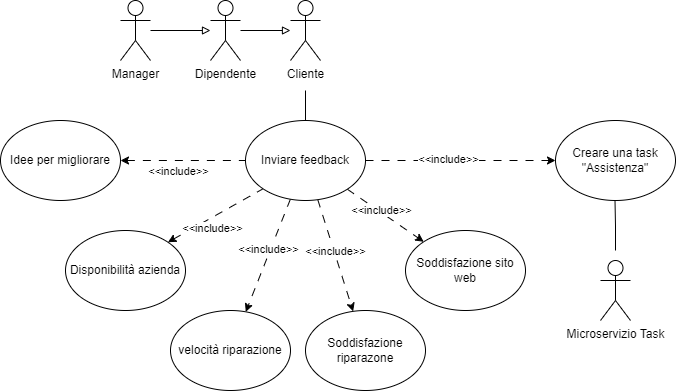
Above: second-deliverable/images/UCD/RF8_feedback_UCD.png in IS-FixMi/Documentation-Source (draw.io), before the change. Source tidied: cells renumbered, new cells last; positions are measured from the earlier drawing's top-left corner, leaving out a move shared by most shapes.
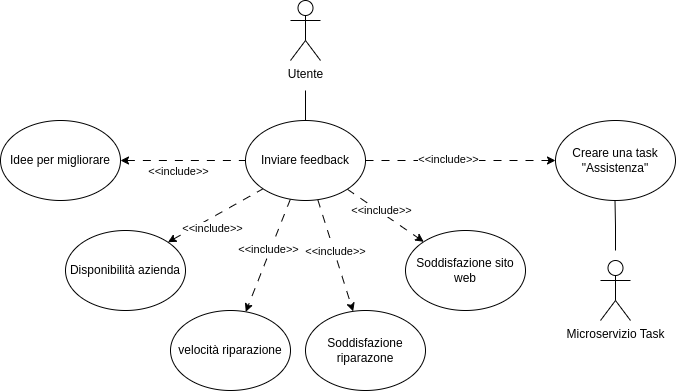
Later version of the same file.

The edit, as a diff of the source:
```diff
@@ -7,21 +7,9 @@
         <mxPoint x="305" y="90" as="sourcePoint" />
       </mxGeometry>
     </mxCell>
-    <mxCell id="3" value="Cliente" style="shape=umlActor;verticalLabelPosition=bottom;verticalAlign=top;html=1;outlineConnect=0;" parent="1" vertex="1">
+    <mxCell id="3" value="Utente" style="shape=umlActor;verticalLabelPosition=bottom;verticalAlign=top;html=1;outlineConnect=0;" parent="1" vertex="1">
       <mxGeometry x="290" width="30" height="60" as="geometry" />
     </mxCell>
-    <mxCell id="4" style="edgeStyle=orthogonalEdgeStyle;rounded=0;jettySize=auto;html=1;endArrow=block;endFill=0;" parent="1" edge="1" source="5" target="3">
-      <mxGeometry relative="1" as="geometry" />
-    </mxCell>
-    <mxCell id="5" value="Dipendente" style="shape=umlActor;verticalLabelPosition=bottom;verticalAlign=top;html=1;outlineConnect=0;" parent="1" vertex="1">
-      <mxGeometry x="210" width="30" height="60" as="geometry" />
-    </mxCell>
-    <mxCell id="6" style="edgeStyle=orthogonalEdgeStyle;rounded=0;jettySize=auto;html=1;endArrow=block;endFill=0;" parent="1" edge="1" source="7" target="5">
-      <mxGeometry relative="1" as="geometry" />
-    </mxCell>
-    <mxCell id="7" value="Manager" style="shape=umlActor;verticalLabelPosition=bottom;verticalAlign=top;html=1;outlineConnect=0;" parent="1" vertex="1">
-      <mxGeometry x="120" width="30" height="60" as="geometry" />
-    </mxCell>
     <mxCell id="8" style="rounded=0;jettySize=auto;html=1;dashed=1;dashPattern=8 8;" parent="1" edge="1" source="16" target="17">
       <mxGeometry relative="1" as="geometry" />
     </mxCell>
```
